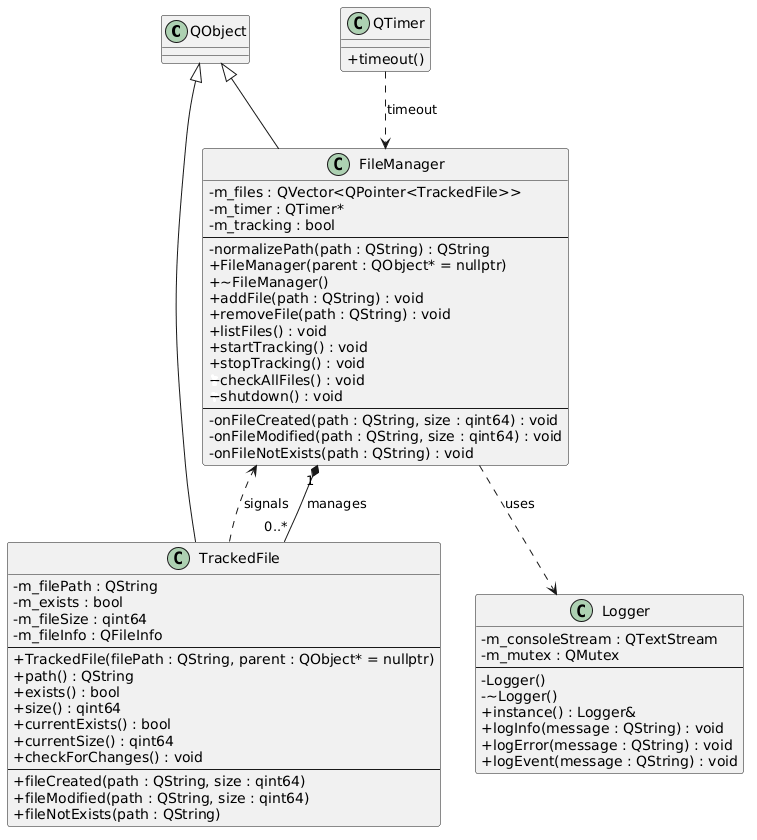
dmitianna/File-Tracking keeps this PlantUML diagram as images/diagramuml.png. Above is the earlier version. Its diagram source:
```plantuml
@startuml
skinparam classAttributeIconSize 0
skinparam shadowing false

class QObject

class FileManager {
  -m_files : QVector<QPointer<TrackedFile>>
  -m_timer : QTimer*
  -m_tracking : bool
  --
  -normalizePath(path : QString) : QString
  +FileManager(parent : QObject* = nullptr)
  +~FileManager()
  +addFile(path : QString) : void
  +removeFile(path : QString) : void
  +listFiles() : void
  +startTracking() : void
  +stopTracking() : void
  +checkAllFiles() : void
  +shutdown() : void
  --
  -onFileCreated(path : QString, size : qint64) : void
  -onFileModified(path : QString, size : qint64) : void
  -onFileNotExists(path : QString) : void
}

class TrackedFile {
  -m_filePath : QString
  -m_exists : bool
  -m_fileSize : qint64
  -m_fileInfo : QFileInfo
  --
  +TrackedFile(filePath : QString, parent : QObject* = nullptr)
  +path() : QString
  +exists() : bool
  +size() : qint64
  +currentExists() : bool
  +currentSize() : qint64
  +checkForChanges() : void
  --
  +fileCreated(path : QString, size : qint64)
  +fileModified(path : QString, size : qint64)
  +fileNotExists(path : QString)
}

class Logger {
  -m_consoleStream : QTextStream
  -m_mutex : QMutex
  --
  -Logger()
  -~Logger()
  +instance() : Logger&
  +logInfo(message : QString) : void
  +logError(message : QString) : void
  +logEvent(message : QString) : void
}

class QTimer {
  +timeout()
}

QObject <|-- FileManager
QObject <|-- TrackedFile

FileManager "1" *-- "0..*" TrackedFile : manages
TrackedFile ..> FileManager : signals
FileManager ..> Logger : uses
QTimer ..> FileManager : timeout
@enduml
```
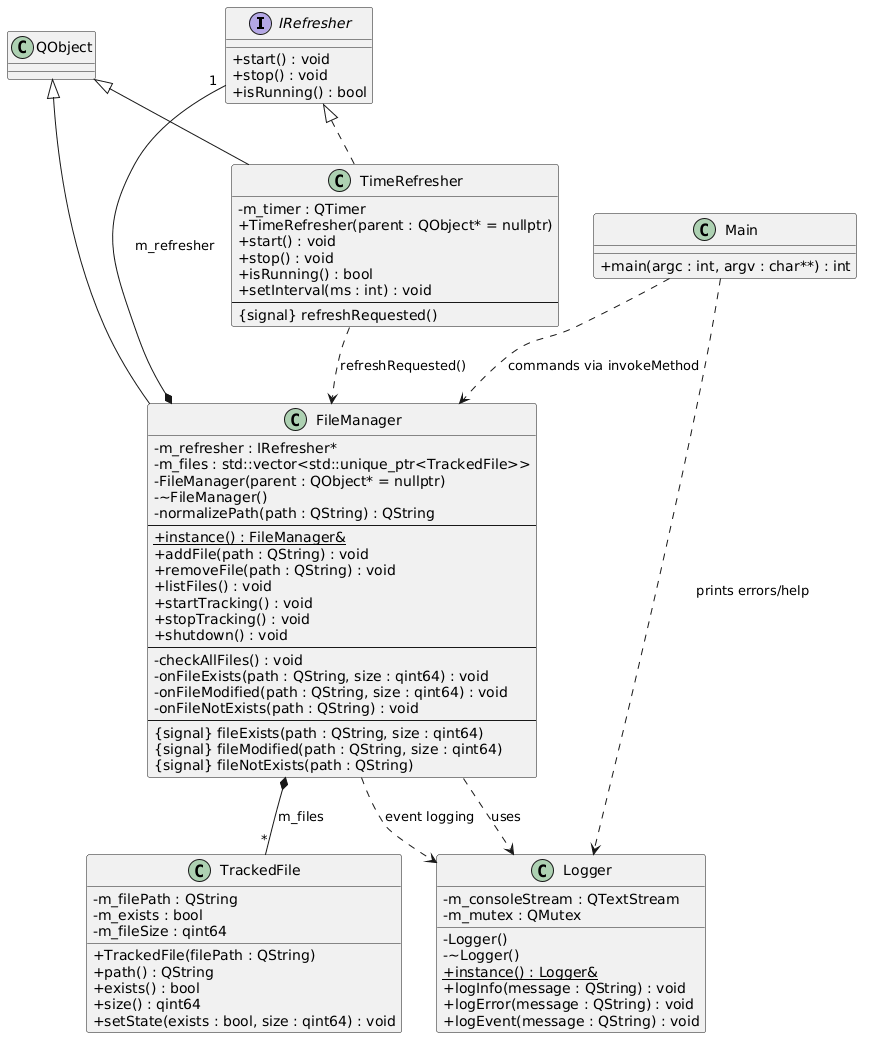
Above is the later version.

Commit message:
Изменены диаграммы

Diff of the diagram source:
```diff
@@ -1,70 +1,83 @@
 @startuml
 skinparam classAttributeIconSize 0
-skinparam shadowing false
 
-class QObject
+interface IRefresher {
+    +start() : void
+    +stop() : void
+    +isRunning() : bool
+}
 
-class FileManager {
-  -m_files : QVector<QPointer<TrackedFile>>
-  -m_timer : QTimer*
-  -m_tracking : bool
-  --
-  -normalizePath(path : QString) : QString
-  +FileManager(parent : QObject* = nullptr)
-  +~FileManager()
-  +addFile(path : QString) : void
-  +removeFile(path : QString) : void
-  +listFiles() : void
-  +startTracking() : void
-  +stopTracking() : void
-  +checkAllFiles() : void
-  +shutdown() : void
-  --
-  -onFileCreated(path : QString, size : qint64) : void
-  -onFileModified(path : QString, size : qint64) : void
-  -onFileNotExists(path : QString) : void
+class TimeRefresher {
+    -m_timer : QTimer
+    +TimeRefresher(parent : QObject* = nullptr)
+    +start() : void
+    +stop() : void
+    +isRunning() : bool
+    +setInterval(ms : int) : void
+    --
+    {signal} refreshRequested()
 }
 
 class TrackedFile {
-  -m_filePath : QString
-  -m_exists : bool
-  -m_fileSize : qint64
-  -m_fileInfo : QFileInfo
-  --
-  +TrackedFile(filePath : QString, parent : QObject* = nullptr)
-  +path() : QString
-  +exists() : bool
-  +size() : qint64
-  +currentExists() : bool
-  +currentSize() : qint64
-  +checkForChanges() : void
-  --
-  +fileCreated(path : QString, size : qint64)
-  +fileModified(path : QString, size : qint64)
-  +fileNotExists(path : QString)
+    -m_filePath : QString
+    -m_exists : bool
+    -m_fileSize : qint64
+    +TrackedFile(filePath : QString)
+    +path() : QString
+    +exists() : bool
+    +size() : qint64
+    +setState(exists : bool, size : qint64) : void
 }
 
 class Logger {
-  -m_consoleStream : QTextStream
-  -m_mutex : QMutex
-  --
-  -Logger()
-  -~Logger()
-  +instance() : Logger&
-  +logInfo(message : QString) : void
-  +logError(message : QString) : void
-  +logEvent(message : QString) : void
+    -m_consoleStream : QTextStream
+    -m_mutex : QMutex
+    -Logger()
+    -~Logger()
+    +{static} instance() : Logger&
+    +logInfo(message : QString) : void
+    +logError(message : QString) : void
+    +logEvent(message : QString) : void
 }
 
-class QTimer {
-  +timeout()
+class FileManager {
+    -m_refresher : IRefresher*
+    -m_files : std::vector<std::unique_ptr<TrackedFile>>
+    -FileManager(parent : QObject* = nullptr)
+    -~FileManager()
+    -normalizePath(path : QString) : QString
+    --
+    +{static} instance() : FileManager&
+    +addFile(path : QString) : void
+    +removeFile(path : QString) : void
+    +listFiles() : void
+    +startTracking() : void
+    +stopTracking() : void
+    +shutdown() : void
+    --
+    -checkAllFiles() : void
+    -onFileExists(path : QString, size : qint64) : void
+    -onFileModified(path : QString, size : qint64) : void
+    -onFileNotExists(path : QString) : void
+    --
+    {signal} fileExists(path : QString, size : qint64)
+    {signal} fileModified(path : QString, size : qint64)
+    {signal} fileNotExists(path : QString)
+}
+
+class Main {
+    +main(argc : int, argv : char**) : int
 }
 
 QObject <|-- FileManager
-QObject <|-- TrackedFile
+QObject <|-- TimeRefresher
+IRefresher <|.. TimeRefresher
 
-FileManager "1" *-- "0..*" TrackedFile : manages
-TrackedFile ..> FileManager : signals
+FileManager *-- "1" IRefresher : m_refresher
+FileManager *-- "*" TrackedFile : m_files
 FileManager ..> Logger : uses
-QTimer ..> FileManager : timeout
+Main ..> FileManager : commands via invokeMethod
+Main ..> Logger : prints errors/help
+TimeRefresher ..> FileManager : refreshRequested()
+FileManager ..> Logger : event logging
 @enduml
```
